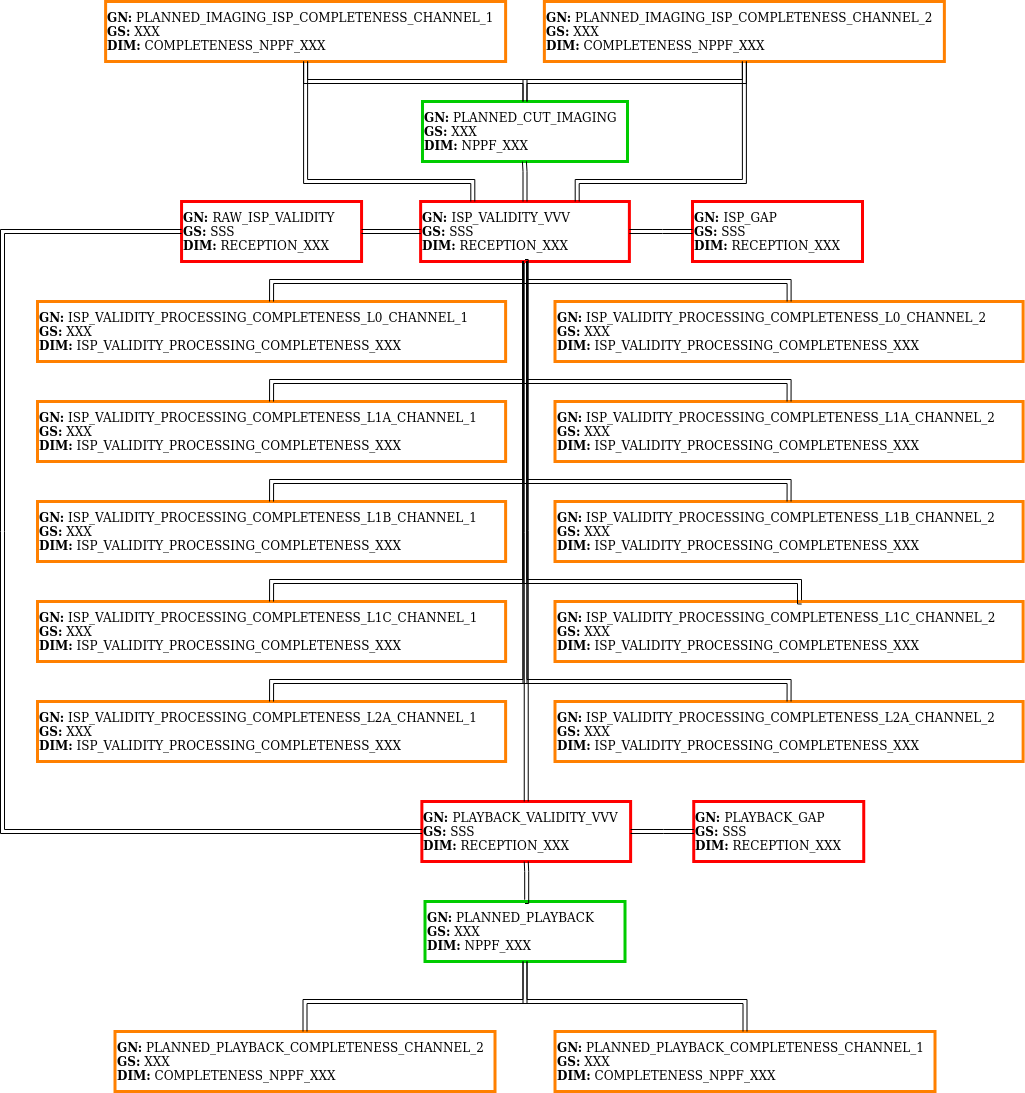
This is doc/fig/structure_ingestion_eisp.png from Daniel-Brosnan-Blazquez/s2boa, a draw.io export, as it was before one commit. Source tidied: cells renumbered, new cells last; positions are measured from the earlier drawing's top-left corner, leaving out a move shared by most shapes.
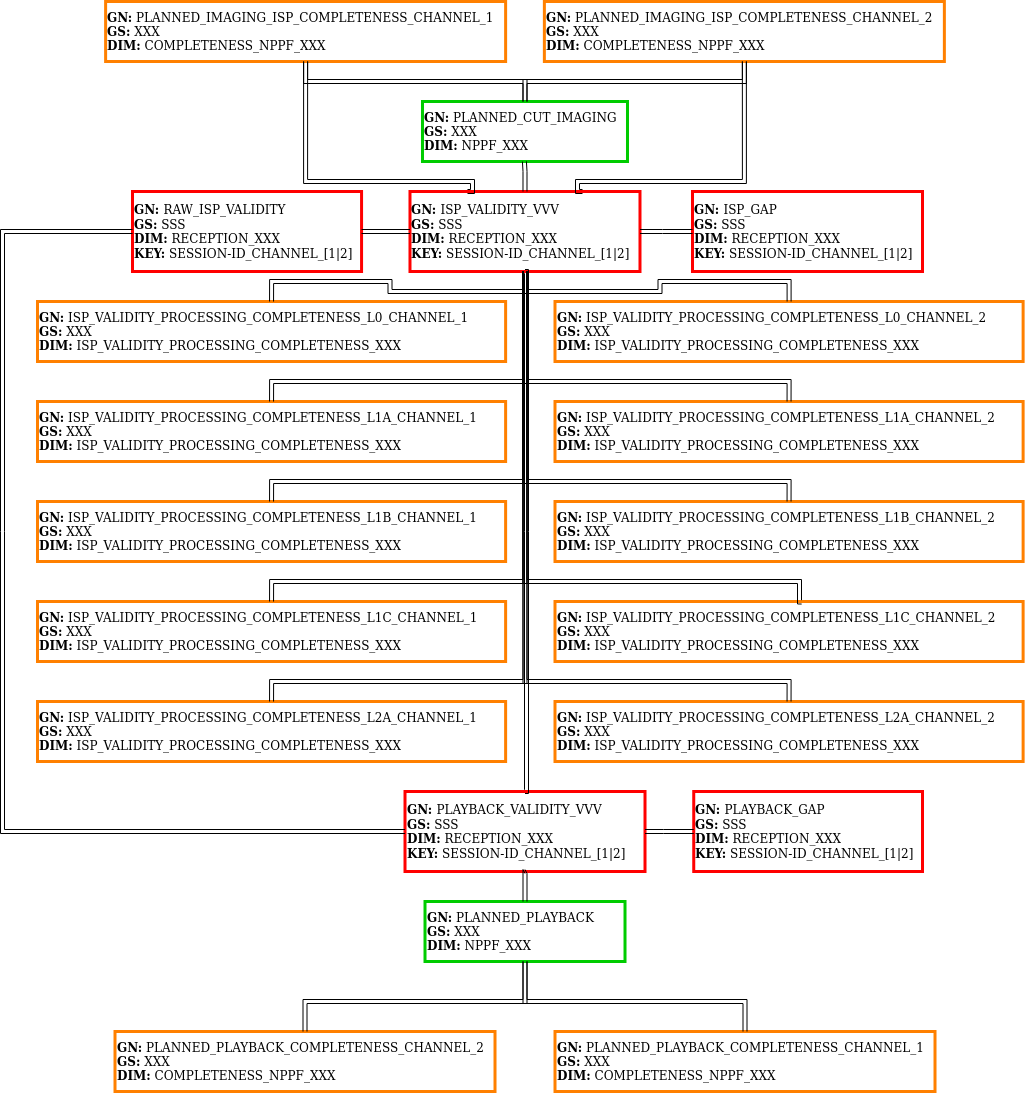
The same file after the commit.

Diff of the diagram source:
```diff
@@ -42,11 +42,11 @@
     <mxCell id="11" style="edgeStyle=orthogonalEdgeStyle;shape=link;rounded=0;jettySize=auto;html=1;exitX=0.5;exitY=0;exitDx=0;exitDy=0;entryX=0.5;entryY=1;entryDx=0;entryDy=0;" parent="1" edge="1" source="2" target="8">
       <mxGeometry relative="1" as="geometry" />
     </mxCell>
-    <mxCell id="12" value="&lt;div&gt;&lt;b&gt;GN: &lt;/b&gt;PLAYBACK_GAP &lt;br&gt;&lt;/div&gt;&lt;div&gt;&lt;b&gt;GS:&lt;/b&gt; SSS&lt;/div&gt;&lt;div&gt;&lt;b&gt;DIM:&lt;/b&gt; RECEPTION_XXX&lt;/div&gt;" style="rounded=0;whiteSpace=wrap;html=1;align=left;strokeWidth=3;fillColor=none;strokeColor=#FF0000;" parent="1" vertex="1">
-      <mxGeometry x="691.2" y="800" width="170" height="60" as="geometry" />
+    <mxCell id="12" value="&lt;div&gt;&lt;b&gt;GN: &lt;/b&gt;PLAYBACK_GAP &lt;br&gt;&lt;/div&gt;&lt;div&gt;&lt;b&gt;GS:&lt;/b&gt; SSS&lt;/div&gt;&lt;div&gt;&lt;b&gt;DIM:&lt;/b&gt; RECEPTION_XXX&lt;/div&gt;&lt;div&gt;&lt;div&gt;&lt;b&gt;KEY:&lt;/b&gt; SESSION-ID_CHANNEL_[1|2]&lt;/div&gt;&lt;/div&gt;" style="rounded=0;whiteSpace=wrap;html=1;align=left;strokeWidth=3;fillColor=none;strokeColor=#FF0000;" parent="1" vertex="1">
+      <mxGeometry x="691.2" y="790" width="228.8" height="80" as="geometry" />
     </mxCell>
-    <mxCell id="13" value="&lt;div&gt;&lt;b&gt;GN: &lt;/b&gt;PLAYBACK_VALIDITY_VVV &lt;br&gt;&lt;/div&gt;&lt;div&gt;&lt;b&gt;GS:&lt;/b&gt; SSS&lt;/div&gt;&lt;div&gt;&lt;b&gt;DIM:&lt;/b&gt; RECEPTION_XXX&lt;/div&gt;" style="rounded=0;whiteSpace=wrap;html=1;align=left;strokeWidth=3;fillColor=none;strokeColor=#FF0000;" parent="1" vertex="1">
-      <mxGeometry x="419.4" y="800" width="208.8" height="60" as="geometry" />
+    <mxCell id="13" value="&lt;div&gt;&lt;b&gt;GN: &lt;/b&gt;PLAYBACK_VALIDITY_VVV &lt;br&gt;&lt;/div&gt;&lt;div&gt;&lt;b&gt;GS:&lt;/b&gt; SSS&lt;/div&gt;&lt;div&gt;&lt;b&gt;DIM:&lt;/b&gt; RECEPTION_XXX&lt;/div&gt;&lt;div&gt;&lt;div&gt;&lt;b&gt;KEY:&lt;/b&gt; SESSION-ID_CHANNEL_[1|2]&lt;/div&gt;&lt;/div&gt;" style="rounded=0;whiteSpace=wrap;html=1;align=left;strokeWidth=3;fillColor=none;strokeColor=#FF0000;" parent="1" vertex="1">
+      <mxGeometry x="402.5" y="790" width="240" height="80" as="geometry" />
     </mxCell>
     <mxCell id="14" style="edgeStyle=orthogonalEdgeStyle;shape=link;rounded=0;jettySize=auto;html=1;exitX=0;exitY=0.5;exitDx=0;exitDy=0;entryX=1;entryY=0.5;entryDx=0;entryDy=0;" parent="1" edge="1" source="12" target="13">
       <mxGeometry relative="1" as="geometry">
@@ -64,11 +64,11 @@
         </Array>
       </mxGeometry>
     </mxCell>
-    <mxCell id="16" value="&lt;div&gt;&lt;b&gt;GN: &lt;/b&gt;ISP_GAP &lt;br&gt;&lt;/div&gt;&lt;div&gt;&lt;b&gt;GS:&lt;/b&gt; SSS&lt;/div&gt;&lt;div&gt;&lt;b&gt;DIM:&lt;/b&gt; RECEPTION_XXX&lt;/div&gt;" style="rounded=0;whiteSpace=wrap;html=1;align=left;strokeWidth=3;fillColor=none;strokeColor=#FF0000;" parent="1" vertex="1">
-      <mxGeometry x="690" y="200" width="170" height="60" as="geometry" />
+    <mxCell id="16" value="&lt;div&gt;&lt;b&gt;GN: &lt;/b&gt;ISP_GAP &lt;br&gt;&lt;/div&gt;&lt;div&gt;&lt;b&gt;GS:&lt;/b&gt; SSS&lt;/div&gt;&lt;div&gt;&lt;b&gt;DIM:&lt;/b&gt; RECEPTION_XXX&lt;/div&gt;&lt;div&gt;&lt;div&gt;&lt;b&gt;KEY:&lt;/b&gt; SESSION-ID_CHANNEL_[1|2]&lt;/div&gt;&lt;/div&gt;" style="rounded=0;whiteSpace=wrap;html=1;align=left;strokeWidth=3;fillColor=none;strokeColor=#FF0000;" parent="1" vertex="1">
+      <mxGeometry x="690" y="190" width="230" height="80" as="geometry" />
     </mxCell>
-    <mxCell id="17" value="&lt;div&gt;&lt;b&gt;GN: &lt;/b&gt;ISP_VALIDITY_VVV &lt;br&gt;&lt;/div&gt;&lt;div&gt;&lt;b&gt;GS:&lt;/b&gt; SSS&lt;/div&gt;&lt;div&gt;&lt;b&gt;DIM:&lt;/b&gt; RECEPTION_XXX&lt;/div&gt;" style="rounded=0;whiteSpace=wrap;html=1;align=left;strokeWidth=3;fillColor=none;strokeColor=#FF0000;" parent="1" vertex="1">
-      <mxGeometry x="418.1" y="200" width="208.8" height="60" as="geometry" />
+    <mxCell id="17" value="&lt;div&gt;&lt;b&gt;GN: &lt;/b&gt;ISP_VALIDITY_VVV &lt;br&gt;&lt;/div&gt;&lt;div&gt;&lt;b&gt;GS:&lt;/b&gt; SSS&lt;/div&gt;&lt;div&gt;&lt;b&gt;DIM:&lt;/b&gt; RECEPTION_XXX&lt;/div&gt;&lt;div&gt;&lt;div&gt;&lt;b&gt;KEY:&lt;/b&gt; SESSION-ID_CHANNEL_[1|2]&lt;/div&gt;&lt;/div&gt;" style="rounded=0;whiteSpace=wrap;html=1;align=left;strokeWidth=3;fillColor=none;strokeColor=#FF0000;" parent="1" vertex="1">
+      <mxGeometry x="407.5" y="190" width="230" height="80" as="geometry" />
     </mxCell>
     <mxCell id="18" style="edgeStyle=orthogonalEdgeStyle;shape=link;rounded=0;jettySize=auto;html=1;exitX=0;exitY=0.5;exitDx=0;exitDy=0;entryX=1;entryY=0.5;entryDx=0;entryDy=0;" parent="1" edge="1" source="16" target="17">
       <mxGeometry relative="1" as="geometry">
@@ -190,7 +190,7 @@
     <mxCell id="40" style="edgeStyle=orthogonalEdgeStyle;shape=link;rounded=0;jettySize=auto;html=1;exitX=0.5;exitY=1;exitDx=0;exitDy=0;entryX=0.5;entryY=0;entryDx=0;entryDy=0;" parent="1" edge="1" source="17" target="13">
       <mxGeometry relative="1" as="geometry">
         <Array as="points">
-          <mxPoint x="524" y="260" />
+          <mxPoint x="524" y="270" />
         </Array>
       </mxGeometry>
     </mxCell>
@@ -210,8 +210,8 @@
         </Array>
       </mxGeometry>
     </mxCell>
-    <mxCell id="43" value="&lt;div&gt;&lt;b&gt;GN: &lt;/b&gt;RAW_ISP_VALIDITY &lt;br&gt;&lt;/div&gt;&lt;div&gt;&lt;b&gt;GS:&lt;/b&gt; SSS&lt;/div&gt;&lt;div&gt;&lt;b&gt;DIM:&lt;/b&gt; RECEPTION_XXX&lt;/div&gt;" style="rounded=0;whiteSpace=wrap;html=1;align=left;strokeWidth=3;fillColor=none;strokeColor=#FF0000;" parent="1" vertex="1">
-      <mxGeometry x="179.1" y="200" width="180" height="60" as="geometry" />
+    <mxCell id="43" value="&lt;div&gt;&lt;b&gt;GN: &lt;/b&gt;RAW_ISP_VALIDITY &lt;br&gt;&lt;/div&gt;&lt;div&gt;&lt;b&gt;GS:&lt;/b&gt; SSS&lt;/div&gt;&lt;div&gt;&lt;b&gt;DIM:&lt;/b&gt; RECEPTION_XXX&lt;/div&gt;&lt;div&gt;&lt;b&gt;KEY:&lt;/b&gt; SESSION-ID_CHANNEL_[1|2]&lt;/div&gt;" style="rounded=0;whiteSpace=wrap;html=1;align=left;strokeWidth=3;fillColor=none;strokeColor=#FF0000;" parent="1" vertex="1">
+      <mxGeometry x="130" y="190" width="229.1" height="80" as="geometry" />
     </mxCell>
     <mxCell id="44" style="edgeStyle=orthogonalEdgeStyle;shape=link;rounded=0;jettySize=auto;html=1;exitX=0;exitY=0.5;exitDx=0;exitDy=0;entryX=0;entryY=0.5;entryDx=0;entryDy=0;" parent="1" edge="1" source="13" target="43">
       <mxGeometry relative="1" as="geometry">
```
